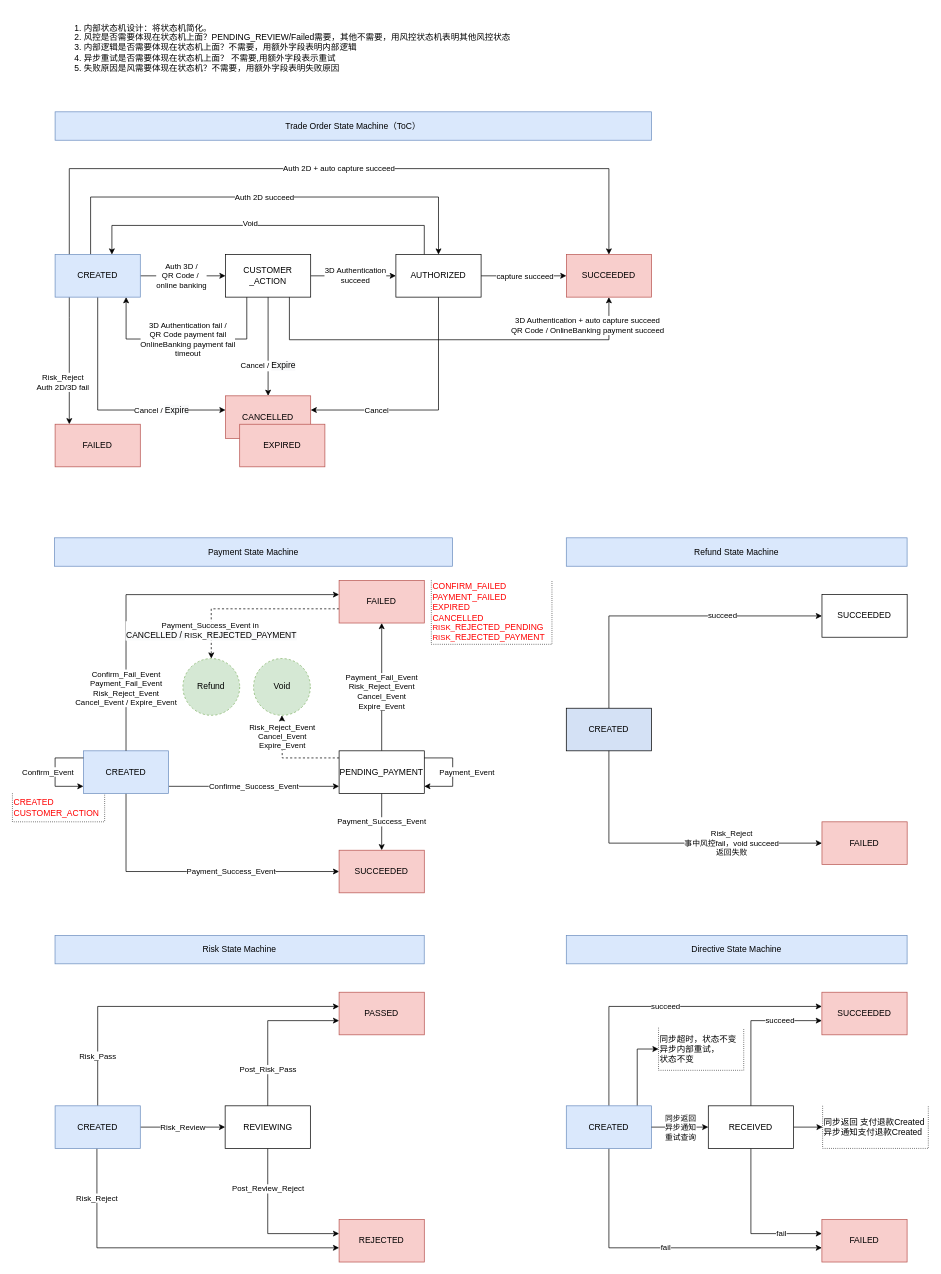
The draw.io diagram page "状态机" (3 of 9) of 支付架构.drawio in JudeSheng/design, before the edit. Source tidied: cells renumbered, new cells numbered last; positions are measured from the earlier drawing's top-left corner, leaving out a move shared by most shapes. Both pictures are drawn from the tidied source at 71%, with x=0, y=0 at pixel (12, 12).
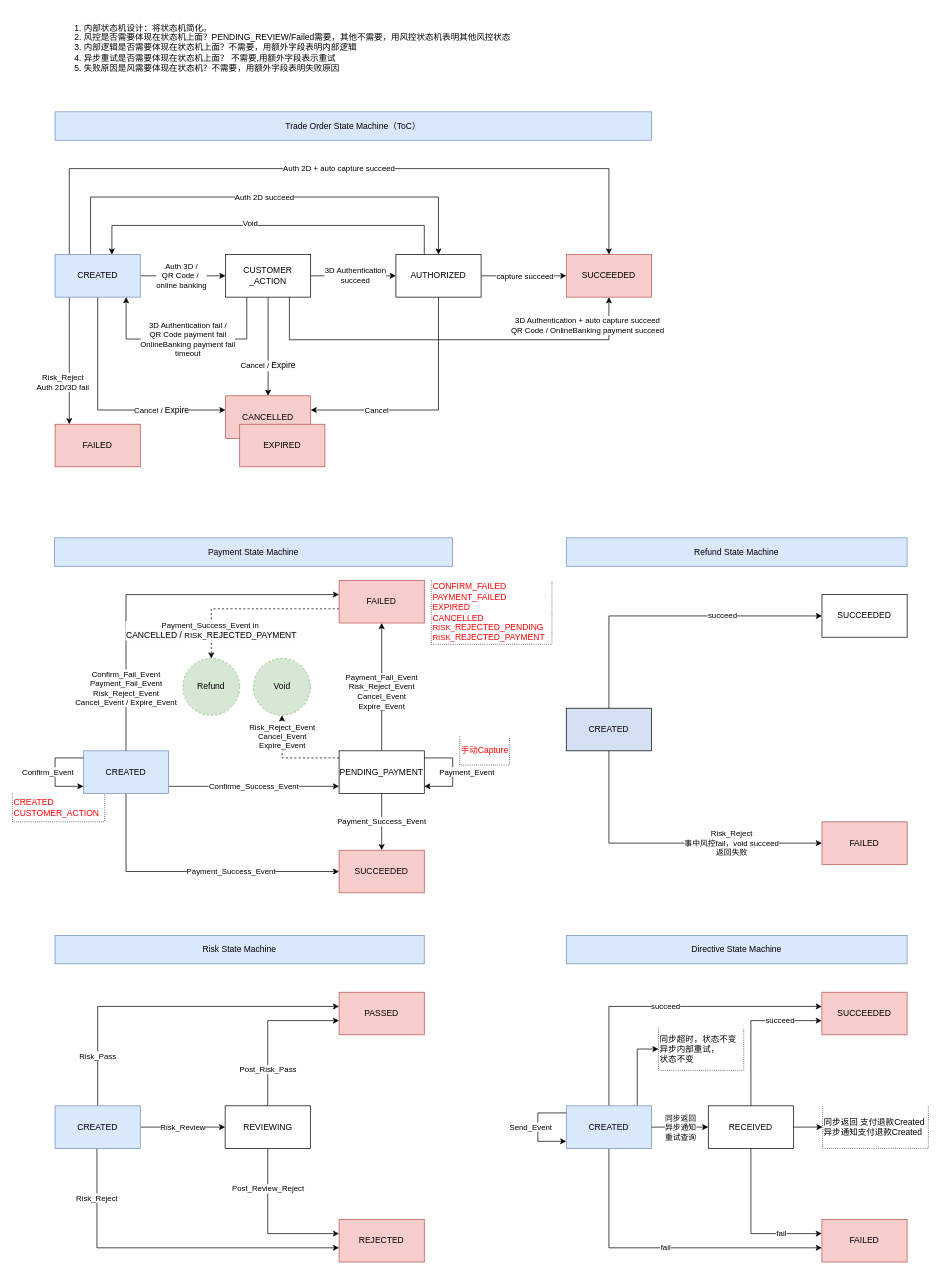
The same page after the edit.

The change refers to these unchanged cells:
```xml
<mxCell id="40" value="&lt;pre style=&quot;font-family: &amp;#34;jetbrains mono&amp;#34; , monospace ; font-size: 9.8pt&quot;&gt;&lt;pre style=&quot;font-family: &amp;#34;jetbrains mono&amp;#34; , monospace ; font-size: 9.8pt&quot;&gt;&lt;span style=&quot;font-family: &amp;#34;helvetica&amp;#34; ; font-size: 12px&quot;&gt;CREATED&lt;/span&gt;&lt;br&gt;&lt;/pre&gt;&lt;/pre&gt;" style="rounded=0;whiteSpace=wrap;html=1;fillColor=#dae8fc;strokeColor=#6c8ebf;fontStyle=0;" parent="1" vertex="1">
  <mxGeometry x="780.1" y="1540" width="120" height="60" as="geometry" />
</mxCell>
```

What changed in the source:
```diff
@@
+    <mxCell id="81" value="&lt;div style=&quot;text-align: center&quot;&gt;&lt;/div&gt;&lt;span style=&quot;text-align: center&quot;&gt;手动Capture&lt;br&gt;&lt;/span&gt;" style="strokeWidth=1;html=1;shape=mxgraph.flowchart.annotation_1;align=left;direction=north;dashed=1;dashPattern=1 2;labelBackgroundColor=none;fontColor=#FF0000;fillColor=#D4E1F5;" parent="1" vertex="1">
+      <mxGeometry x="630" y="1020" width="70" height="40" as="geometry" />
+    </mxCell>
+    <mxCell id="82" value="Send_Event" style="edgeStyle=orthogonalEdgeStyle;rounded=0;orthogonalLoop=1;jettySize=auto;html=1;fontColor=#000000;elbow=vertical;" parent="1" edge="1" source="40" target="40">
+      <mxGeometry y="-10" relative="1" as="geometry">
+        <Array as="points">
+          <mxPoint x="740" y="1550" />
+        </Array>
+      </mxGeometry>
+    </mxCell>
```
